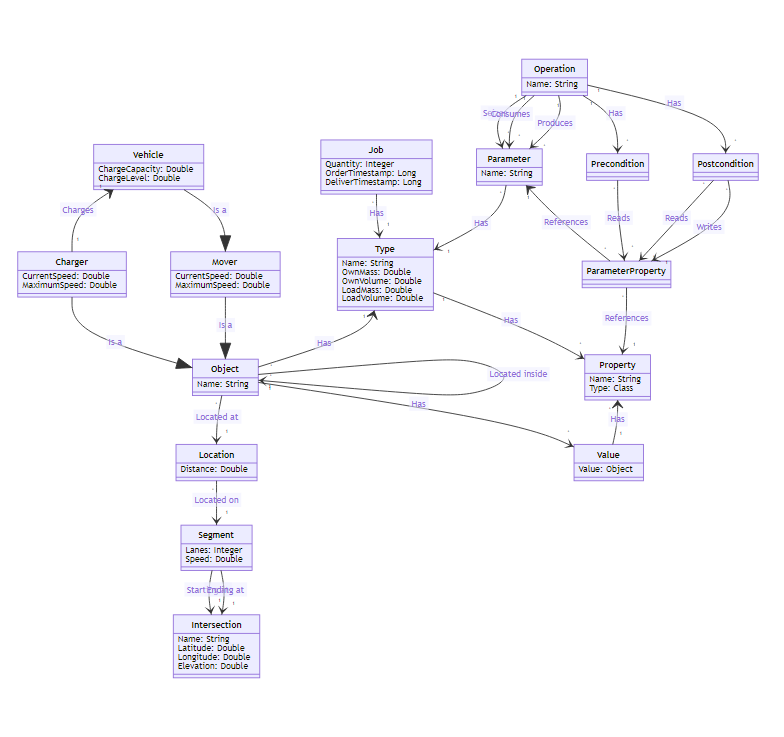
Before: diagrams/model/classes-v2.png, a diagram exported from Mermaid (ghackenberg/transport-ide). Its source is kept beside it as diagrams/model/classes-v2.mmd. The source it was exported from:
```mermaid
classDiagram
    direction TB

    class Job {
        Quantity: Integer
        OrderTimestamp: Long
        DeliverTimestamp: Long
    }

    class Type {
        Name: String
        OwnMass: Double
        OwnVolume: Double
        LoadMass: Double
        LoadVolume: Double
    }

    class Object {
        Name: String
    }

    class Charger {
        CurrentSpeed: Double
        MaximumSpeed: Double
    }

    class Operation {
        Name: String
    }

    class Parameter {
        Name: String
    }

    class Location {
        Distance: Double
    }

    class Segment {
        Lanes: Integer
        Speed: Double
    }

    class Intersection {
        Name: String
        Latitude: Double
        Longitude: Double
        Elevation: Double
    }

    class Mover {
        CurrentSpeed: Double
        MaximumSpeed: Double
    }

    class Vehicle {
        ChargeCapacity: Double
        ChargeLevel: Double
    }

    class Property {
        Name: String
        Type: Class
    }

    class Value {
        Value: Object
    }

    class Precondition {

    }

    class Postcondition {

    }

    class ParameterProperty {

    }

    Job "*" --> "1" Type:Has

    Segment --> "1" Intersection:Starting at
    Segment --> "1" Intersection:Ending at

    Location "*" --> "1" Segment:Located on

    Operation "1" --> "*" Parameter:Seizes
    Operation "1" --> "*" Parameter:Consumes
    Operation "1" --> "*" Parameter:Produces

    Parameter "*" --> "1" Type:Has

    Charger --|> Object:Is a

    Vehicle --|> Mover:Is a
    Vehicle "1" <-- "1" Charger:Charges

    Mover --|> Object:Is a

    Object "*" --> "1" Location:Located at
    Object "*" --> "1" Object:Located inside

    Type "1" <-- "*" Object:Has
    Type "1" --> "*" Property:Has

    Object "1" --> "*" Value:Has

    Operation "1" --> "*" Postcondition:Has

    Property "*" <-- "1" Value:Has

    Operation "1" --> "*" Precondition:Has

    Parameter "1" <-- "*" ParameterProperty:References

    ParameterProperty "*" --> "1" Property:References

    Precondition "*" --> "*" ParameterProperty:Reads

    Postcondition "*" --> "*" ParameterProperty:Reads
    Postcondition "*" --> "1" ParameterProperty:Writes
```
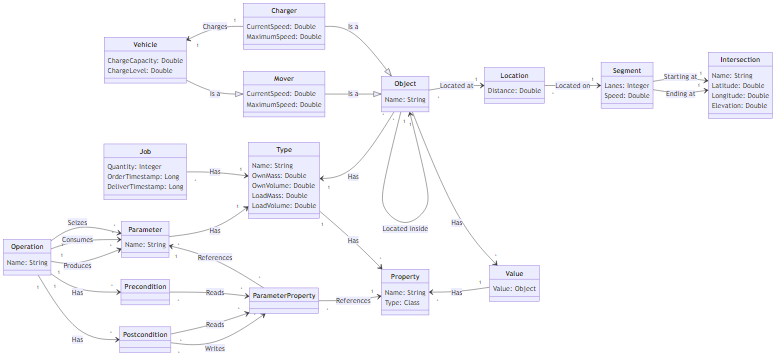
After the change.

The edit, as a diff of the source:
```diff
@@ -1,12 +1,11 @@
 classDiagram
-    direction TB
+    direction LR
 
     class Job {
         Quantity: Integer
         OrderTimestamp: Long
         DeliverTimestamp: Long
     }
-
     class Type {
         Name: String
         OwnMass: Double
@@ -14,67 +13,53 @@
         LoadMass: Double
         LoadVolume: Double
     }
-
     class Object {
         Name: String
     }
-
     class Charger {
         CurrentSpeed: Double
         MaximumSpeed: Double
     }
-
     class Operation {
         Name: String
     }
-
     class Parameter {
         Name: String
     }
-
     class Location {
         Distance: Double
     }
-
     class Segment {
         Lanes: Integer
         Speed: Double
     }
-
     class Intersection {
         Name: String
         Latitude: Double
         Longitude: Double
         Elevation: Double
     }
-
     class Mover {
         CurrentSpeed: Double
         MaximumSpeed: Double
     }
-
     class Vehicle {
         ChargeCapacity: Double
         ChargeLevel: Double
     }
-
     class Property {
         Name: String
         Type: Class
     }
-
     class Value {
         Value: Object
     }
-
     class Precondition {
 
     }
-
     class Postcondition {
 
     }
-
     class ParameterProperty {
 
     }
```
